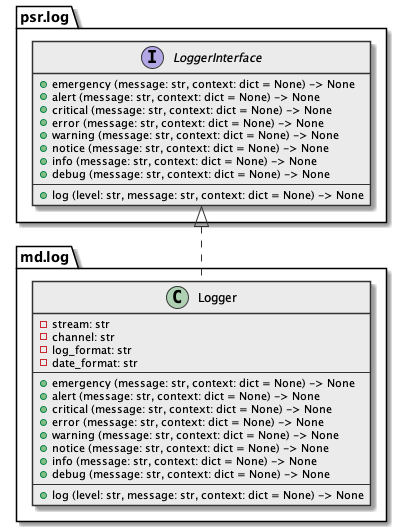
Before: docs/_static/architecture.class-diagram.png, a diagram exported from PlantUML (md-py/md.log).
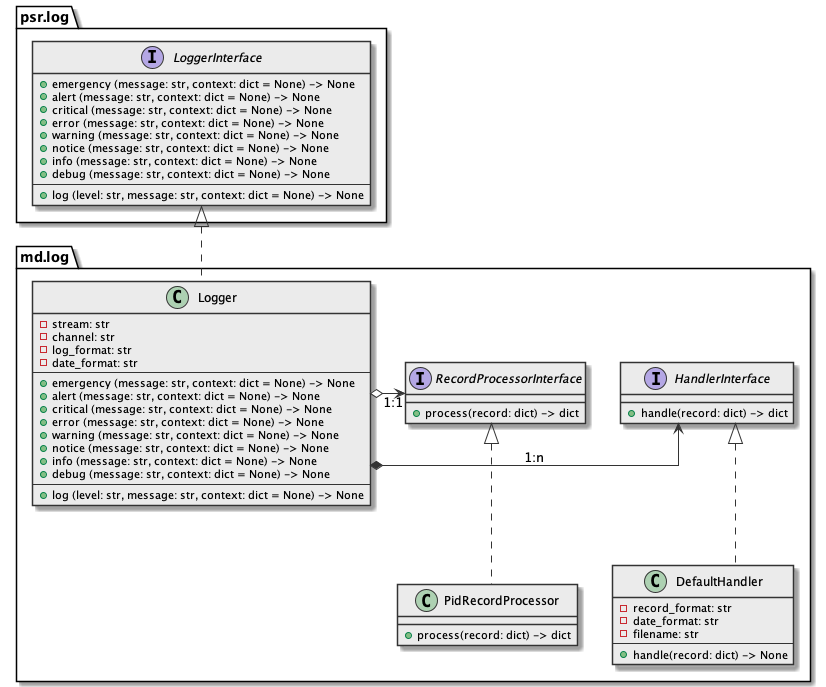
The same file after the commit.

Commit message:
redesign: logger record flush logic decoupled, added `handler` and `record processor` components, psr.log contract switched to 2.x version

The edit, as a diff of the source:
```diff
@@ -24,7 +24,27 @@
 }
 
 package md.log {
-  class md.log.Logger implements psr.log.LoggerInterface {
+  interface RecordProcessorInterface {
+    + process(record: dict) -> dict
+  }
+
+  interface HandlerInterface {
+    + handle(record: dict) -> dict
+  }
+
+  class PidRecordProcessor implements RecordProcessorInterface {
+    + process(record: dict) -> dict
+  }
+
+  class DefaultHandler implements HandlerInterface {
+    - record_format: str
+    - date_format: str
+    - filename: str
+    ---
+    + handle(record: dict) -> None
+  }
+
+  class Logger implements psr.log.LoggerInterface {
     - stream: str
     - channel: str
     - log_format: str
@@ -41,6 +61,9 @@
     ---
     + log (level: str, message: str, context: dict = None) -> None
   }
+
+  Logger *-> HandlerInterface : "1:n"
+  Logger o-> RecordProcessorInterface : "1:1"
 }
 
 @enduml
```
